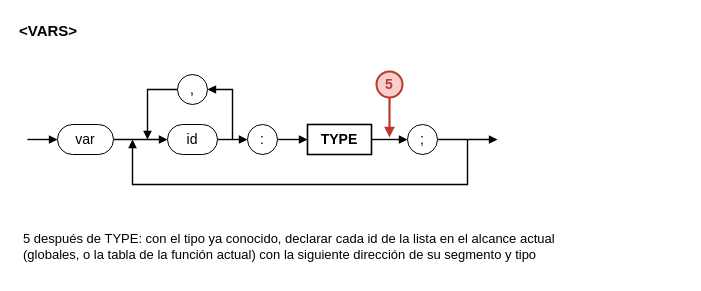
Above: page "<VARS>" (2 of 14) of docs/diagramas/BabyDuck_puntos_neuralgicos.drawio in mykrex/compilador (draw.io), before the change. Source tidied: cells renumbered, new cells numbered last; positions are measured from the earlier drawing's top-left corner, leaving out a move shared by most shapes. Both pictures are drawn from the tidied source at 100%, with x=0, y=0 at pixel (17, 17).
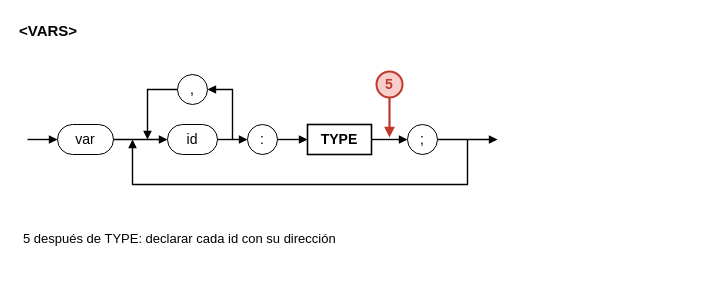
Above is the later version.

Change to the diagram source:
```diff
@@
-    <mxCell id="20" value="5  después de TYPE: con el tipo ya conocido, declarar cada id de la lista en el alcance actual&#10;   (globales, o la tabla de la función actual) con la siguiente dirección de su segmento y tipo" style="text;html=0;whiteSpace=wrap;fillColor=none;strokeColor=none;fontColor=#000000;align=left;verticalAlign=top;fontFamily=Arial;fontSize=13;spacingLeft=4;" parent="1" vertex="1">
-      <mxGeometry y="207" width="667" height="50" as="geometry" />
+    <mxCell id="20" value="5  después de TYPE: declarar cada id con su dirección" style="text;html=0;whiteSpace=wrap;fillColor=none;strokeColor=none;fontColor=#000000;align=left;verticalAlign=top;fontFamily=Arial;fontSize=13;spacingLeft=4;" parent="1" vertex="1">
+      <mxGeometry y="207" width="350" height="30" as="geometry" />
     </mxCell>
```
